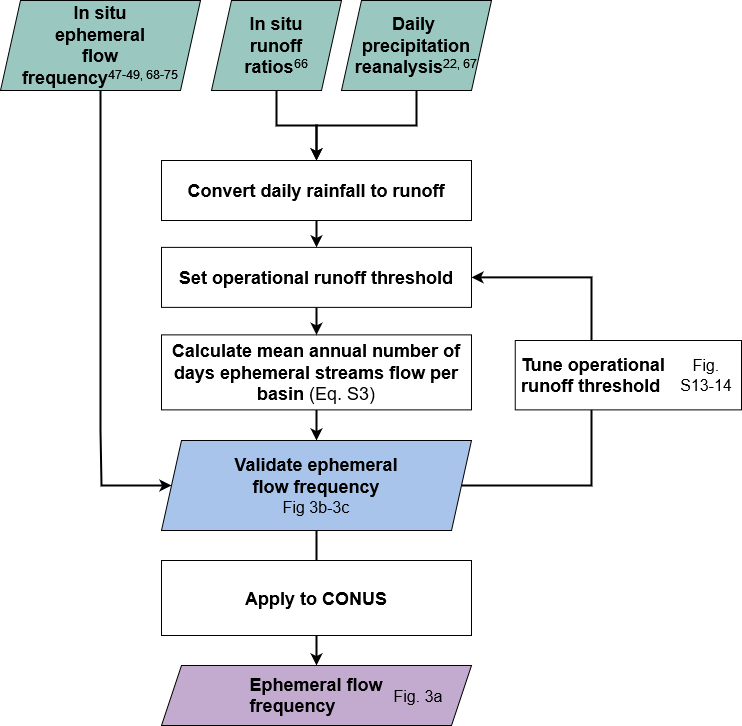
Before: cache/flowchart_temporal.png, a diagram exported from draw.io (craigbrinkerhoff/CONUS_ephemeral). Source tidied: cells renumbered, new cells last; positions are measured from the earlier drawing's top-left corner, leaving out a move shared by most shapes. Source of this version:
```xml
<mxGraphModel>
  <root>
    <mxCell id="0" />
    <mxCell id="1" parent="0" />
    <mxCell id="2" style="edgeStyle=orthogonalEdgeStyle;rounded=0;jettySize=auto;html=1;exitX=0.5;exitY=1;exitDx=0;exitDy=0;entryX=0.5;entryY=0;entryDx=0;entryDy=0;strokeWidth=2;" parent="1" edge="1" source="3" target="10">
      <mxGeometry relative="1" as="geometry" />
    </mxCell>
    <mxCell id="3" value="&lt;div&gt;&lt;font style=&quot;font-size: 18px;&quot;&gt;&lt;b style=&quot;&quot;&gt;In situ&lt;/b&gt;&lt;/font&gt;&lt;/div&gt;&lt;div&gt;&lt;font style=&quot;font-size: 18px;&quot;&gt;&lt;b style=&quot;&quot;&gt;runoff&lt;/b&gt;&lt;/font&gt;&lt;/div&gt;&lt;div&gt;&lt;font style=&quot;font-size: 18px;&quot;&gt;&lt;b style=&quot;&quot;&gt;ratios&lt;/b&gt;&lt;/font&gt;&lt;font style=&quot;font-size: 14px;&quot;&gt;&lt;span style=&quot;&quot;&gt;&lt;sup&gt;66&lt;/sup&gt;&lt;/span&gt;&lt;/font&gt;&lt;/div&gt;" style="rounded=0;whiteSpace=wrap;html=1;fillColor=#9AC7BF;strokeColor=#000000;shape=parallelogram;perimeter=parallelogramPerimeter;fixedSize=1;" parent="1" vertex="1">
      <mxGeometry x="211" width="130" height="90" as="geometry" />
    </mxCell>
    <mxCell id="4" style="edgeStyle=orthogonalEdgeStyle;rounded=0;jettySize=auto;html=1;exitX=0.5;exitY=1;exitDx=0;exitDy=0;entryX=0.5;entryY=0;entryDx=0;entryDy=0;strokeWidth=2;" parent="1" edge="1" source="5" target="10">
      <mxGeometry relative="1" as="geometry" />
    </mxCell>
    <mxCell id="5" value="&lt;div&gt;&lt;font style=&quot;font-size: 18px;&quot;&gt;&lt;b&gt;&lt;span style=&quot;&quot;&gt;Daily&amp;nbsp; precipitation reanalysis&lt;/span&gt;&lt;/b&gt;&lt;/font&gt;&lt;font style=&quot;font-size: 14px;&quot;&gt;&lt;sup&gt;22, 67&lt;/sup&gt;&lt;/font&gt;&lt;br&gt;&lt;font style=&quot;font-size: 18px;&quot;&gt;&lt;b&gt;&lt;span style=&quot;&quot;&gt;&lt;/span&gt;&lt;/b&gt;&lt;/font&gt;&lt;/div&gt;" style="rounded=0;whiteSpace=wrap;html=1;fillColor=#9AC7BF;strokeColor=#000000;shape=parallelogram;perimeter=parallelogramPerimeter;fixedSize=1;" parent="1" vertex="1">
      <mxGeometry x="341" width="150" height="90" as="geometry" />
    </mxCell>
    <mxCell id="6" style="rounded=0;jettySize=auto;html=1;exitX=0.5;exitY=1;exitDx=0;exitDy=0;entryX=0.5;entryY=0;entryDx=0;entryDy=0;strokeWidth=2;" parent="1" edge="1" source="7" target="16">
      <mxGeometry relative="1" as="geometry" />
    </mxCell>
    <mxCell id="7" value="&lt;font style=&quot;font-size: 18px;&quot;&gt;&lt;b&gt;Calculate mean annual number of days ephemeral streams flow per basin &lt;/b&gt;(Eq. S3)&lt;b&gt;&lt;br&gt;&lt;/b&gt;&lt;/font&gt;" style="shape=label;whiteSpace=wrap;html=1;fixedSize=1;fillColor=#ffffff;rounded=0;" parent="1" vertex="1">
      <mxGeometry x="161" y="334.4" width="310" height="75" as="geometry" />
    </mxCell>
    <mxCell id="8" style="edgeStyle=orthogonalEdgeStyle;rounded=0;jettySize=auto;html=1;exitX=0.5;exitY=1;exitDx=0;exitDy=0;strokeWidth=2;entryX=0;entryY=0.5;entryDx=0;entryDy=0;" parent="1" edge="1" source="14" target="16">
      <mxGeometry relative="1" as="geometry">
        <Array as="points">
          <mxPoint x="100" y="430" />
          <mxPoint x="101" y="430" />
          <mxPoint x="101" y="485" />
        </Array>
      </mxGeometry>
    </mxCell>
    <mxCell id="9" style="rounded=0;jettySize=auto;html=1;exitX=0.5;exitY=1;exitDx=0;exitDy=0;entryX=0.5;entryY=0;entryDx=0;entryDy=0;strokeWidth=2;" parent="1" edge="1" source="10" target="18">
      <mxGeometry relative="1" as="geometry" />
    </mxCell>
    <mxCell id="10" value="&lt;div&gt;&lt;b style=&quot;font-size: 18px;&quot;&gt;&lt;font style=&quot;font-size: 18px;&quot;&gt;Convert daily rainfall to runoff&lt;/font&gt;&lt;/b&gt;&lt;/div&gt;" style="shape=label;whiteSpace=wrap;html=1;fixedSize=1;fillColor=#ffffff;rounded=0;" parent="1" vertex="1">
      <mxGeometry x="161" y="160" width="310" height="60" as="geometry" />
    </mxCell>
    <mxCell id="11" style="edgeStyle=orthogonalEdgeStyle;rounded=0;jettySize=auto;html=1;exitX=1;exitY=0.5;exitDx=0;exitDy=0;entryX=1;entryY=0.5;entryDx=0;entryDy=0;strokeWidth=2;" parent="1" edge="1" source="16" target="18">
      <mxGeometry relative="1" as="geometry">
        <Array as="points">
          <mxPoint x="591" y="485" />
          <mxPoint x="591" y="277" />
        </Array>
      </mxGeometry>
    </mxCell>
    <mxCell id="12" value="&lt;div align=&quot;left&quot;&gt;&lt;b&gt;&lt;span style=&quot;font-size: 18px;&quot;&gt;&lt;font style=&quot;font-size: 18px;&quot;&gt;Ephemeral flow &lt;/font&gt;&lt;/span&gt;&lt;/b&gt;&lt;span style=&quot;font-size: 16px;&quot;&gt;&lt;font style=&quot;font-size: 16px;&quot;&gt;&lt;br&gt;&lt;/font&gt;&lt;/span&gt;&lt;/div&gt;&lt;div align=&quot;left&quot;&gt;&lt;b&gt;&lt;span style=&quot;font-size: 18px;&quot;&gt;&lt;font style=&quot;font-size: 18px;&quot;&gt;frequency&lt;/font&gt;&lt;/span&gt;&lt;/b&gt;&lt;/div&gt;&lt;div&gt;&lt;b&gt;&lt;span style=&quot;font-size: 18px;&quot;&gt;&lt;/span&gt;&lt;/b&gt;&lt;/div&gt;" style="rounded=0;whiteSpace=wrap;html=1;fillColor=#C3ABD0;shape=parallelogram;fixedSize=1;perimeter=parallelogramPerimeter;" parent="1" vertex="1">
      <mxGeometry x="161" y="665" width="310" height="60" as="geometry" />
    </mxCell>
    <mxCell id="13" value="&lt;div align=&quot;left&quot;&gt;&lt;font style=&quot;font-size: 16px;&quot;&gt;Fig. 3a&lt;/font&gt;&lt;b&gt;&lt;font style=&quot;font-size: 16px;&quot;&gt;&lt;br&gt;&lt;/font&gt;&lt;/b&gt;&lt;/div&gt;" style="text;html=1;strokeColor=none;fillColor=none;align=center;verticalAlign=middle;whiteSpace=wrap;rounded=0;" parent="1" vertex="1">
      <mxGeometry x="381" y="681" width="73.8" height="30" as="geometry" />
    </mxCell>
    <mxCell id="14" value="&lt;div&gt;&lt;font style=&quot;font-size: 18px;&quot;&gt;&lt;b&gt;&lt;span style=&quot;&quot;&gt;In situ&lt;/span&gt;&lt;/b&gt;&lt;/font&gt;&lt;/div&gt;&lt;div&gt;&lt;font style=&quot;font-size: 18px;&quot;&gt;&lt;b&gt;&lt;span style=&quot;&quot;&gt;ephemeral&lt;/span&gt;&lt;/b&gt;&lt;/font&gt;&lt;/div&gt;&lt;div&gt;&lt;font style=&quot;font-size: 18px;&quot;&gt;&lt;b&gt;&lt;span style=&quot;&quot;&gt;flow&lt;/span&gt;&lt;/b&gt;&lt;/font&gt;&lt;/div&gt;&lt;div&gt;&lt;font style=&quot;font-size: 18px;&quot;&gt;&lt;b&gt;&lt;span style=&quot;&quot;&gt;frequency&lt;/span&gt;&lt;/b&gt;&lt;/font&gt;&lt;font style=&quot;font-size: 14px;&quot;&gt;&lt;span style=&quot;&quot;&gt;&lt;sup&gt;47-49, 68-75&lt;/sup&gt;&lt;/span&gt;&lt;/font&gt;&lt;/div&gt;" style="rounded=0;whiteSpace=wrap;html=1;fillColor=#9AC7BF;strokeColor=#000000;shape=parallelogram;perimeter=parallelogramPerimeter;fixedSize=1;" parent="1" vertex="1">
      <mxGeometry width="200" height="90" as="geometry" />
    </mxCell>
    <mxCell id="15" style="rounded=0;jettySize=auto;html=1;exitX=0.5;exitY=1;exitDx=0;exitDy=0;entryX=0.5;entryY=0;entryDx=0;entryDy=0;strokeWidth=2;" parent="1" edge="1" source="16" target="12">
      <mxGeometry relative="1" as="geometry" />
    </mxCell>
    <mxCell id="16" value="&lt;div align=&quot;center&quot; style=&quot;font-size: 16px;&quot;&gt;&lt;b&gt;&lt;span style=&quot;font-size: 18px;&quot;&gt;&lt;font style=&quot;font-size: 18px;&quot;&gt;Validate ephemeral&lt;/font&gt;&lt;/span&gt;&lt;/b&gt;&lt;/div&gt;&lt;div align=&quot;center&quot; style=&quot;font-size: 16px;&quot;&gt;&lt;b&gt;&lt;span style=&quot;font-size: 18px;&quot;&gt;&lt;font style=&quot;font-size: 18px;&quot;&gt;flow frequency&lt;br&gt;&lt;/font&gt;&lt;/span&gt;&lt;/b&gt;&lt;/div&gt;&lt;div align=&quot;center&quot; style=&quot;font-size: 16px;&quot;&gt;&lt;font style=&quot;font-size: 16px;&quot;&gt;Fig 3b-3c&lt;font style=&quot;font-size: 16px;&quot;&gt;&lt;br&gt;&lt;/font&gt;&lt;/font&gt;&lt;/div&gt;&lt;div&gt;&lt;b&gt;&lt;span style=&quot;font-size: 18px;&quot;&gt;&lt;/span&gt;&lt;/b&gt;&lt;/div&gt;" style="rounded=0;whiteSpace=wrap;html=1;fillColor=#A9C4EB;shape=parallelogram;fixedSize=1;perimeter=parallelogramPerimeter;" parent="1" vertex="1">
      <mxGeometry x="161" y="440" width="310" height="90" as="geometry" />
    </mxCell>
    <mxCell id="17" style="rounded=0;jettySize=auto;html=1;exitX=0.5;exitY=1;exitDx=0;exitDy=0;strokeWidth=2;" parent="1" edge="1" source="18" target="7">
      <mxGeometry relative="1" as="geometry" />
    </mxCell>
    <mxCell id="18" value="&lt;div style=&quot;font-size: 13px;&quot;&gt;&lt;font style=&quot;font-size: 18px;&quot;&gt;&lt;b&gt;Set operational runoff threshold&lt;br&gt;&lt;/b&gt;&lt;/font&gt;&lt;/div&gt;" style="shape=label;whiteSpace=wrap;html=1;fixedSize=1;fillColor=#ffffff;rounded=0;" parent="1" vertex="1">
      <mxGeometry x="161" y="246.9" width="310" height="60" as="geometry" />
    </mxCell>
    <mxCell id="19" value="&lt;div align=&quot;left&quot; style=&quot;font-size: 13px;&quot;&gt;&lt;font style=&quot;font-size: 18px;&quot;&gt;&lt;b&gt;Tune operational&amp;nbsp;&amp;nbsp;&amp;nbsp;&amp;nbsp;&amp;nbsp;&amp;nbsp;&amp;nbsp;&amp;nbsp;&amp;nbsp;&amp;nbsp;&amp;nbsp;&amp;nbsp;&amp;nbsp;&amp;nbsp; &lt;br&gt;&lt;/b&gt;&lt;/font&gt;&lt;/div&gt;&lt;div align=&quot;left&quot; style=&quot;font-size: 13px;&quot;&gt;&lt;font style=&quot;font-size: 18px;&quot;&gt;&lt;b&gt;runoff threshold&lt;br&gt;&lt;/b&gt;&lt;/font&gt;&lt;/div&gt;" style="shape=label;whiteSpace=wrap;html=1;fixedSize=1;fillColor=#ffffff;rounded=0;" parent="1" vertex="1">
      <mxGeometry x="514.8" y="340" width="226.2" height="69.4" as="geometry" />
    </mxCell>
    <mxCell id="20" value="&lt;div&gt;&lt;font style=&quot;font-size: 16px;&quot;&gt;Fig. S13-14&lt;/font&gt;&lt;/div&gt;" style="text;html=1;strokeColor=none;fillColor=none;align=center;verticalAlign=middle;whiteSpace=wrap;rounded=0;" parent="1" vertex="1">
      <mxGeometry x="671" y="357.8" width="70" height="33.8" as="geometry" />
    </mxCell>
    <mxCell id="21" value="&lt;font style=&quot;font-size: 18px;&quot;&gt;&lt;b&gt;Apply to CONUS&lt;br&gt;&lt;/b&gt;&lt;/font&gt;" style="shape=label;whiteSpace=wrap;html=1;fixedSize=1;fillColor=#ffffff;rounded=0;" parent="1" vertex="1">
      <mxGeometry x="161" y="560" width="310" height="75" as="geometry" />
    </mxCell>
  </root>
</mxGraphModel>
```
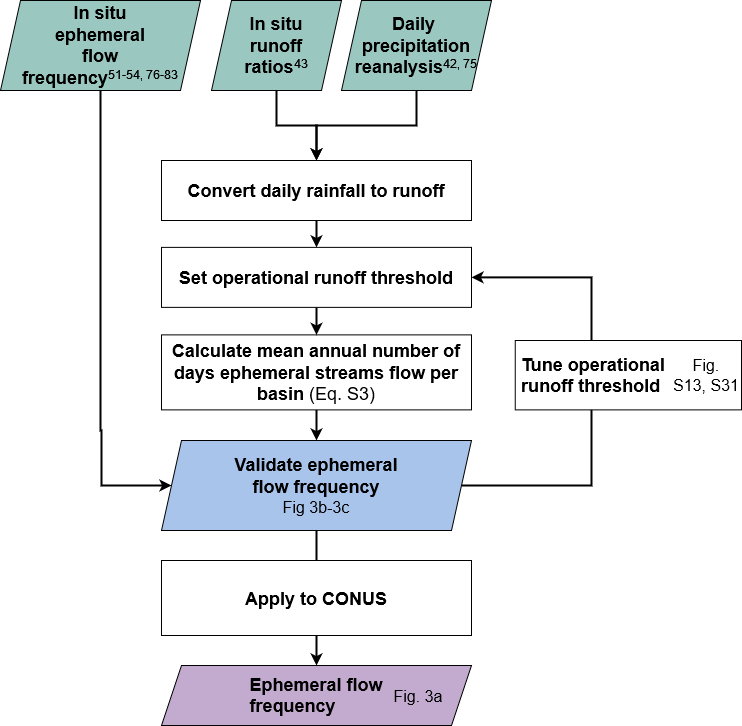
Above is the later version.

What changed in the source:
```diff
@@ -5,13 +5,13 @@
     <mxCell id="2" style="edgeStyle=orthogonalEdgeStyle;rounded=0;jettySize=auto;html=1;exitX=0.5;exitY=1;exitDx=0;exitDy=0;entryX=0.5;entryY=0;entryDx=0;entryDy=0;strokeWidth=2;" parent="1" edge="1" source="3" target="10">
       <mxGeometry relative="1" as="geometry" />
     </mxCell>
-    <mxCell id="3" value="&lt;div&gt;&lt;font style=&quot;font-size: 18px;&quot;&gt;&lt;b style=&quot;&quot;&gt;In situ&lt;/b&gt;&lt;/font&gt;&lt;/div&gt;&lt;div&gt;&lt;font style=&quot;font-size: 18px;&quot;&gt;&lt;b style=&quot;&quot;&gt;runoff&lt;/b&gt;&lt;/font&gt;&lt;/div&gt;&lt;div&gt;&lt;font style=&quot;font-size: 18px;&quot;&gt;&lt;b style=&quot;&quot;&gt;ratios&lt;/b&gt;&lt;/font&gt;&lt;font style=&quot;font-size: 14px;&quot;&gt;&lt;span style=&quot;&quot;&gt;&lt;sup&gt;66&lt;/sup&gt;&lt;/span&gt;&lt;/font&gt;&lt;/div&gt;" style="rounded=0;whiteSpace=wrap;html=1;fillColor=#9AC7BF;strokeColor=#000000;shape=parallelogram;perimeter=parallelogramPerimeter;fixedSize=1;" parent="1" vertex="1">
+    <mxCell id="3" value="&lt;div&gt;&lt;font style=&quot;font-size: 18px;&quot;&gt;&lt;b style=&quot;&quot;&gt;In situ&lt;/b&gt;&lt;/font&gt;&lt;/div&gt;&lt;div&gt;&lt;font style=&quot;font-size: 18px;&quot;&gt;&lt;b style=&quot;&quot;&gt;runoff&lt;/b&gt;&lt;/font&gt;&lt;/div&gt;&lt;div&gt;&lt;font style=&quot;font-size: 18px;&quot;&gt;&lt;b style=&quot;&quot;&gt;ratios&lt;/b&gt;&lt;/font&gt;&lt;font style=&quot;font-size: 14px;&quot;&gt;&lt;span style=&quot;&quot;&gt;&lt;sup&gt;43&lt;/sup&gt;&lt;/span&gt;&lt;/font&gt;&lt;/div&gt;" style="rounded=0;whiteSpace=wrap;html=1;fillColor=#9AC7BF;strokeColor=#000000;shape=parallelogram;perimeter=parallelogramPerimeter;fixedSize=1;" parent="1" vertex="1">
       <mxGeometry x="211" width="130" height="90" as="geometry" />
     </mxCell>
     <mxCell id="4" style="edgeStyle=orthogonalEdgeStyle;rounded=0;jettySize=auto;html=1;exitX=0.5;exitY=1;exitDx=0;exitDy=0;entryX=0.5;entryY=0;entryDx=0;entryDy=0;strokeWidth=2;" parent="1" edge="1" source="5" target="10">
       <mxGeometry relative="1" as="geometry" />
     </mxCell>
-    <mxCell id="5" value="&lt;div&gt;&lt;font style=&quot;font-size: 18px;&quot;&gt;&lt;b&gt;&lt;span style=&quot;&quot;&gt;Daily&amp;nbsp; precipitation reanalysis&lt;/span&gt;&lt;/b&gt;&lt;/font&gt;&lt;font style=&quot;font-size: 14px;&quot;&gt;&lt;sup&gt;22, 67&lt;/sup&gt;&lt;/font&gt;&lt;br&gt;&lt;font style=&quot;font-size: 18px;&quot;&gt;&lt;b&gt;&lt;span style=&quot;&quot;&gt;&lt;/span&gt;&lt;/b&gt;&lt;/font&gt;&lt;/div&gt;" style="rounded=0;whiteSpace=wrap;html=1;fillColor=#9AC7BF;strokeColor=#000000;shape=parallelogram;perimeter=parallelogramPerimeter;fixedSize=1;" parent="1" vertex="1">
+    <mxCell id="5" value="&lt;div&gt;&lt;font style=&quot;font-size: 18px;&quot;&gt;&lt;b&gt;&lt;span style=&quot;&quot;&gt;Daily&amp;nbsp; precipitation reanalysis&lt;/span&gt;&lt;/b&gt;&lt;/font&gt;&lt;font style=&quot;font-size: 14px;&quot;&gt;&lt;sup&gt;42, 75&lt;/sup&gt;&lt;/font&gt;&lt;br&gt;&lt;font style=&quot;font-size: 18px;&quot;&gt;&lt;b&gt;&lt;span style=&quot;&quot;&gt;&lt;/span&gt;&lt;/b&gt;&lt;/font&gt;&lt;/div&gt;" style="rounded=0;whiteSpace=wrap;html=1;fillColor=#9AC7BF;strokeColor=#000000;shape=parallelogram;perimeter=parallelogramPerimeter;fixedSize=1;" parent="1" vertex="1">
       <mxGeometry x="341" width="150" height="90" as="geometry" />
     </mxCell>
     <mxCell id="6" style="rounded=0;jettySize=auto;html=1;exitX=0.5;exitY=1;exitDx=0;exitDy=0;entryX=0.5;entryY=0;entryDx=0;entryDy=0;strokeWidth=2;" parent="1" edge="1" source="7" target="16">
@@ -49,7 +49,7 @@
     <mxCell id="13" value="&lt;div align=&quot;left&quot;&gt;&lt;font style=&quot;font-size: 16px;&quot;&gt;Fig. 3a&lt;/font&gt;&lt;b&gt;&lt;font style=&quot;font-size: 16px;&quot;&gt;&lt;br&gt;&lt;/font&gt;&lt;/b&gt;&lt;/div&gt;" style="text;html=1;strokeColor=none;fillColor=none;align=center;verticalAlign=middle;whiteSpace=wrap;rounded=0;" parent="1" vertex="1">
       <mxGeometry x="381" y="681" width="73.8" height="30" as="geometry" />
     </mxCell>
-    <mxCell id="14" value="&lt;div&gt;&lt;font style=&quot;font-size: 18px;&quot;&gt;&lt;b&gt;&lt;span style=&quot;&quot;&gt;In situ&lt;/span&gt;&lt;/b&gt;&lt;/font&gt;&lt;/div&gt;&lt;div&gt;&lt;font style=&quot;font-size: 18px;&quot;&gt;&lt;b&gt;&lt;span style=&quot;&quot;&gt;ephemeral&lt;/span&gt;&lt;/b&gt;&lt;/font&gt;&lt;/div&gt;&lt;div&gt;&lt;font style=&quot;font-size: 18px;&quot;&gt;&lt;b&gt;&lt;span style=&quot;&quot;&gt;flow&lt;/span&gt;&lt;/b&gt;&lt;/font&gt;&lt;/div&gt;&lt;div&gt;&lt;font style=&quot;font-size: 18px;&quot;&gt;&lt;b&gt;&lt;span style=&quot;&quot;&gt;frequency&lt;/span&gt;&lt;/b&gt;&lt;/font&gt;&lt;font style=&quot;font-size: 14px;&quot;&gt;&lt;span style=&quot;&quot;&gt;&lt;sup&gt;47-49, 68-75&lt;/sup&gt;&lt;/span&gt;&lt;/font&gt;&lt;/div&gt;" style="rounded=0;whiteSpace=wrap;html=1;fillColor=#9AC7BF;strokeColor=#000000;shape=parallelogram;perimeter=parallelogramPerimeter;fixedSize=1;" parent="1" vertex="1">
+    <mxCell id="14" value="&lt;div&gt;&lt;font style=&quot;font-size: 18px;&quot;&gt;&lt;b&gt;&lt;span style=&quot;&quot;&gt;In situ&lt;/span&gt;&lt;/b&gt;&lt;/font&gt;&lt;/div&gt;&lt;div&gt;&lt;font style=&quot;font-size: 18px;&quot;&gt;&lt;b&gt;&lt;span style=&quot;&quot;&gt;ephemeral&lt;/span&gt;&lt;/b&gt;&lt;/font&gt;&lt;/div&gt;&lt;div&gt;&lt;font style=&quot;font-size: 18px;&quot;&gt;&lt;b&gt;&lt;span style=&quot;&quot;&gt;flow&lt;/span&gt;&lt;/b&gt;&lt;/font&gt;&lt;/div&gt;&lt;div&gt;&lt;font style=&quot;font-size: 18px;&quot;&gt;&lt;b&gt;&lt;span style=&quot;&quot;&gt;frequency&lt;/span&gt;&lt;/b&gt;&lt;/font&gt;&lt;font style=&quot;font-size: 14px;&quot;&gt;&lt;span style=&quot;&quot;&gt;&lt;sup&gt;51-54, 76-83&lt;/sup&gt;&lt;/span&gt;&lt;/font&gt;&lt;/div&gt;" style="rounded=0;whiteSpace=wrap;html=1;fillColor=#9AC7BF;strokeColor=#000000;shape=parallelogram;perimeter=parallelogramPerimeter;fixedSize=1;" parent="1" vertex="1">
       <mxGeometry width="200" height="90" as="geometry" />
     </mxCell>
     <mxCell id="15" style="rounded=0;jettySize=auto;html=1;exitX=0.5;exitY=1;exitDx=0;exitDy=0;entryX=0.5;entryY=0;entryDx=0;entryDy=0;strokeWidth=2;" parent="1" edge="1" source="16" target="12">
@@ -67,7 +67,7 @@
     <mxCell id="19" value="&lt;div align=&quot;left&quot; style=&quot;font-size: 13px;&quot;&gt;&lt;font style=&quot;font-size: 18px;&quot;&gt;&lt;b&gt;Tune operational&amp;nbsp;&amp;nbsp;&amp;nbsp;&amp;nbsp;&amp;nbsp;&amp;nbsp;&amp;nbsp;&amp;nbsp;&amp;nbsp;&amp;nbsp;&amp;nbsp;&amp;nbsp;&amp;nbsp;&amp;nbsp; &lt;br&gt;&lt;/b&gt;&lt;/font&gt;&lt;/div&gt;&lt;div align=&quot;left&quot; style=&quot;font-size: 13px;&quot;&gt;&lt;font style=&quot;font-size: 18px;&quot;&gt;&lt;b&gt;runoff threshold&lt;br&gt;&lt;/b&gt;&lt;/font&gt;&lt;/div&gt;" style="shape=label;whiteSpace=wrap;html=1;fixedSize=1;fillColor=#ffffff;rounded=0;" parent="1" vertex="1">
       <mxGeometry x="514.8" y="340" width="226.2" height="69.4" as="geometry" />
     </mxCell>
-    <mxCell id="20" value="&lt;div&gt;&lt;font style=&quot;font-size: 16px;&quot;&gt;Fig. S13-14&lt;/font&gt;&lt;/div&gt;" style="text;html=1;strokeColor=none;fillColor=none;align=center;verticalAlign=middle;whiteSpace=wrap;rounded=0;" parent="1" vertex="1">
+    <mxCell id="20" value="&lt;div&gt;&lt;font style=&quot;font-size: 16px;&quot;&gt;Fig.&lt;/font&gt;&lt;/div&gt;&lt;div&gt;&lt;font style=&quot;font-size: 16px;&quot;&gt;S13, S31&lt;/font&gt;&lt;/div&gt;" style="text;html=1;strokeColor=none;fillColor=none;align=center;verticalAlign=middle;whiteSpace=wrap;rounded=0;" parent="1" vertex="1">
       <mxGeometry x="671" y="357.8" width="70" height="33.8" as="geometry" />
     </mxCell>
     <mxCell id="21" value="&lt;font style=&quot;font-size: 18px;&quot;&gt;&lt;b&gt;Apply to CONUS&lt;br&gt;&lt;/b&gt;&lt;/font&gt;" style="shape=label;whiteSpace=wrap;html=1;fixedSize=1;fillColor=#ffffff;rounded=0;" parent="1" vertex="1">
```
